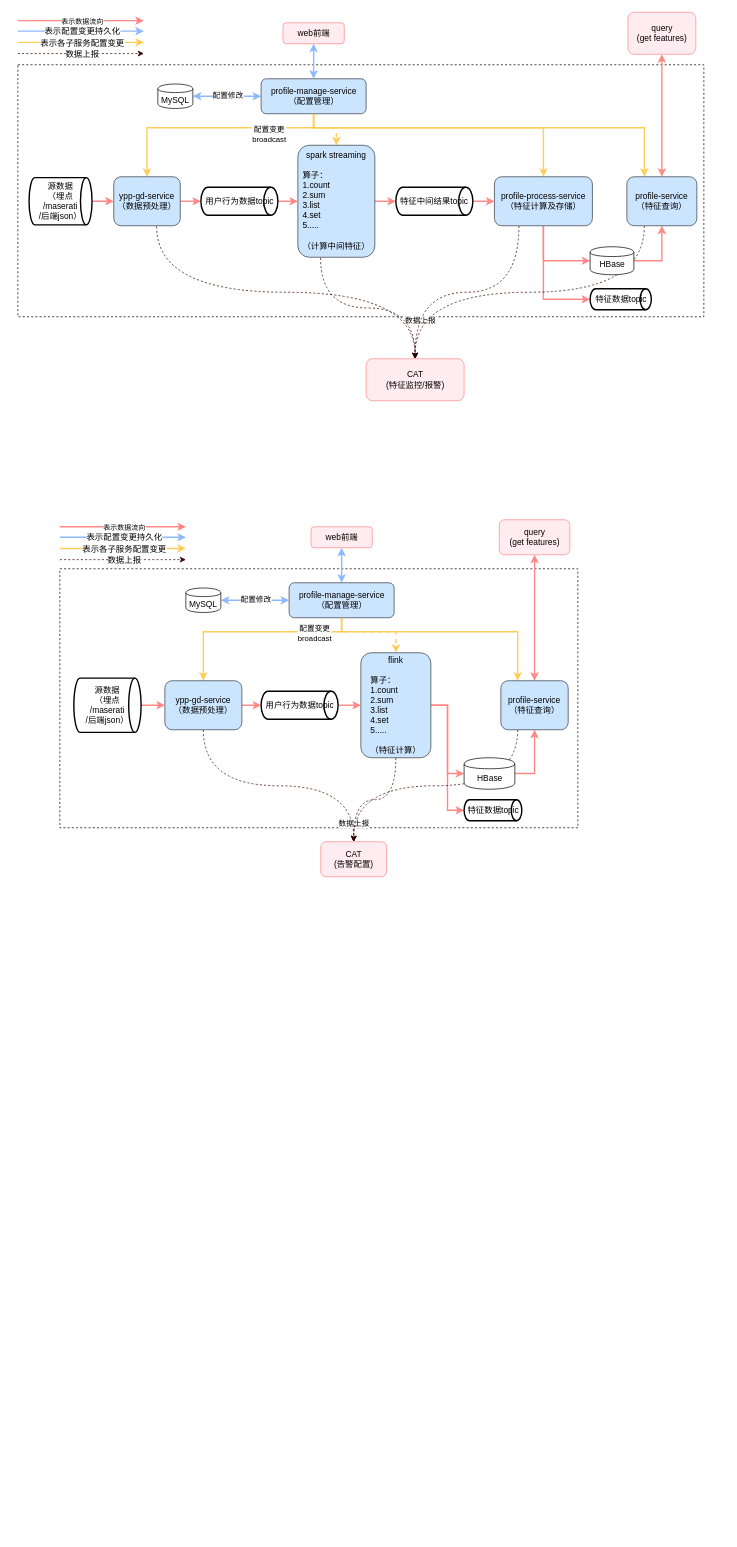
The draw.io diagram 运行架构图.drawio in qingchao-kong/draw.io, before the edit. Source tidied: cells renumbered, new cells numbered last; positions are measured from the earlier drawing's top-left corner, leaving out a move shared by most shapes. Both pictures are drawn from the tidied source at 70%, with x=0, y=0 at pixel (18, 12).
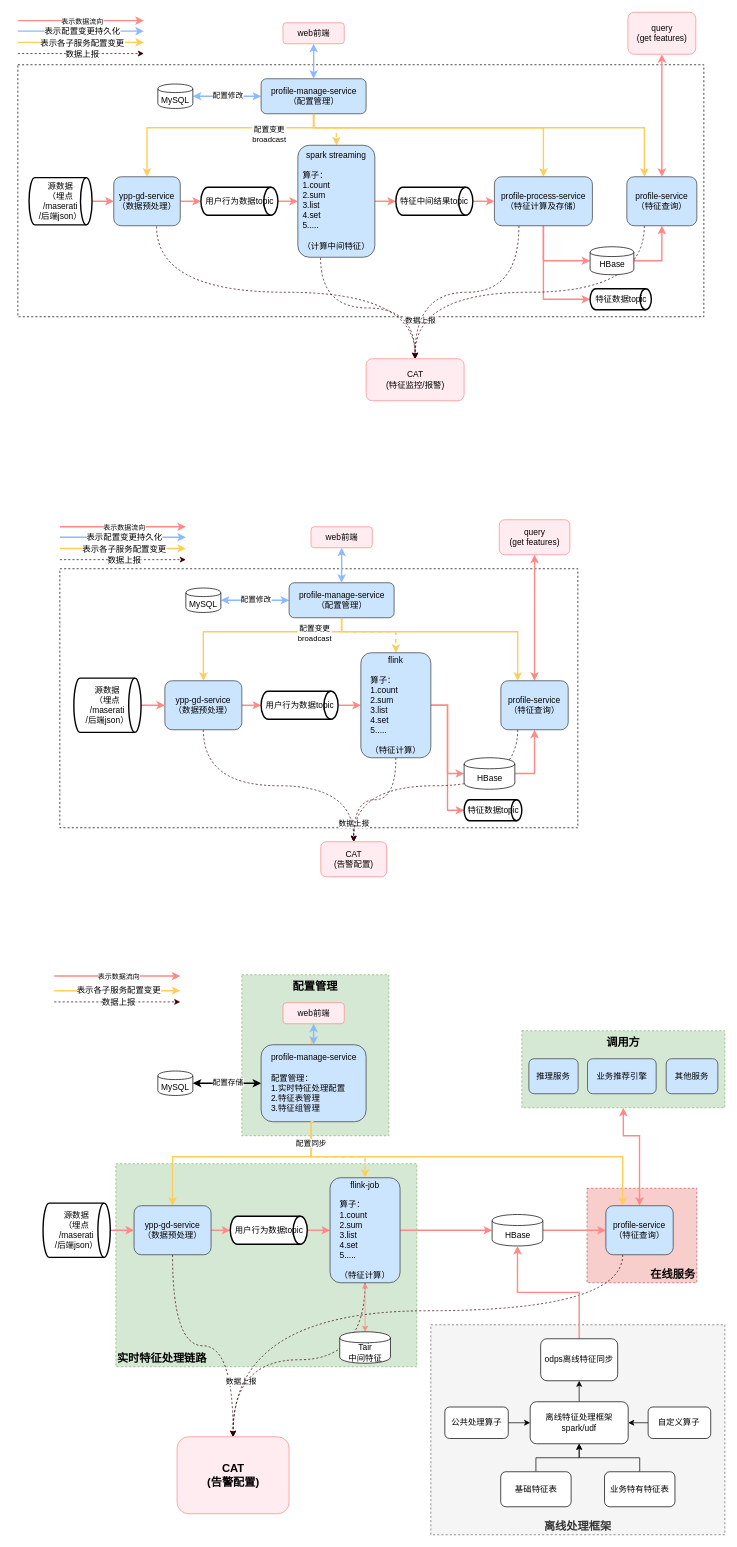
Above is the later version.

Commit message:
Update 运行架构图.drawio

What changed in the source:
```diff
@@
+    <mxCell id="86" value="配置管理" style="rounded=0;whiteSpace=wrap;html=1;dashed=1;shadow=0;fillColor=#d5e8d4;verticalAlign=top;strokeColor=#82b366;fontStyle=1;fontSize=16;" parent="1" vertex="1">
+      <mxGeometry x="320" y="1375" width="210" height="230" as="geometry" />
+    </mxCell>
+    <mxCell id="87" value="在线服务" style="rounded=0;whiteSpace=wrap;html=1;dashed=1;shadow=0;fillColor=#f8cecc;verticalAlign=bottom;strokeColor=#b85450;fontStyle=1;fontSize=16;align=right;" parent="1" vertex="1">
+      <mxGeometry x="813.1" y="1680" width="156.9" height="135" as="geometry" />
+    </mxCell>
@@
+    <mxCell id="88" value="实时特征处理链路" style="rounded=0;whiteSpace=wrap;html=1;dashed=1;shadow=0;fillColor=#d5e8d4;verticalAlign=bottom;strokeColor=#82b366;fontStyle=1;fontSize=16;align=left;" parent="1" vertex="1">
+      <mxGeometry x="140" y="1645" width="430" height="290" as="geometry" />
+    </mxCell>
+    <mxCell id="89" style="edgeStyle=orthogonalEdgeStyle;rounded=0;jettySize=auto;html=1;exitX=0.5;exitY=1;exitDx=0;exitDy=0;entryX=0.5;entryY=0;entryDx=0;entryDy=0;fillColor=#ffcd5a;strokeColor=#ffcd5a;strokeWidth=2;" parent="1" edge="1" source="93" target="99">
+      <mxGeometry relative="1" as="geometry">
+        <Array as="points">
+          <mxPoint x="419" y="1635" />
+          <mxPoint x="221" y="1635" />
+        </Array>
+      </mxGeometry>
+    </mxCell>
+    <mxCell id="90" style="rounded=0;jettySize=auto;html=1;exitX=0;exitY=0.5;exitDx=0;exitDy=0;entryX=1;entryY=0.5;entryDx=0;entryDy=0;fillColor=#8db9ff;strokeWidth=2;startArrow=classic;startFill=1;" parent="1" edge="1" source="93" target="101">
+      <mxGeometry relative="1" as="geometry" />
+    </mxCell>
+    <mxCell id="91" value="配置存储" style="edgeLabel;html=1;align=center;verticalAlign=middle;" parent="90" vertex="1">
+      <mxGeometry x="-0.7" y="-2" relative="1" as="geometry">
+        <mxPoint x="-33.3" as="offset" />
+      </mxGeometry>
+    </mxCell>
+    <mxCell id="92" style="edgeStyle=orthogonalEdgeStyle;rounded=0;jettySize=auto;html=1;entryX=0.25;entryY=0;entryDx=0;entryDy=0;strokeColor=#FFCD5A;strokeWidth=2;" parent="1" edge="1" target="118">
+      <mxGeometry relative="1" as="geometry">
+        <mxPoint x="419" y="1465" as="sourcePoint" />
+        <Array as="points">
+          <mxPoint x="419" y="1635" />
+          <mxPoint x="864" y="1635" />
+        </Array>
+      </mxGeometry>
+    </mxCell>
+    <mxCell id="93" value="profile-manage-service&lt;br&gt;&lt;br&gt;&lt;div style=&quot;text-align: left&quot;&gt;&lt;span&gt;配置管理：&lt;/span&gt;&lt;/div&gt;&lt;div style=&quot;text-align: left&quot;&gt;&lt;span&gt;1.实时特征处理配置&lt;/span&gt;&lt;/div&gt;&lt;div style=&quot;text-align: left&quot;&gt;&lt;span&gt;2.特征表管理&lt;/span&gt;&lt;/div&gt;&lt;div style=&quot;text-align: left&quot;&gt;&lt;span&gt;3.特征组管理&lt;/span&gt;&lt;/div&gt;" style="rounded=1;whiteSpace=wrap;html=1;fillColor=#cce5ff;strokeColor=#36393d;" parent="1" vertex="1">
+      <mxGeometry x="347.5" y="1475" width="150" height="110" as="geometry" />
+    </mxCell>
+    <mxCell id="94" style="edgeStyle=orthogonalEdgeStyle;rounded=0;jettySize=auto;html=1;exitX=0.5;exitY=1;exitDx=0;exitDy=0;entryX=0.5;entryY=0;entryDx=0;entryDy=0;fillColor=#ffcd5a;strokeColor=#ffcd5a;strokeWidth=2;dashed=1;" parent="1" edge="1" source="93" target="108">
+      <mxGeometry relative="1" as="geometry">
+        <Array as="points">
+          <mxPoint x="419" y="1635" />
+          <mxPoint x="496" y="1635" />
+        </Array>
+      </mxGeometry>
+    </mxCell>
+    <mxCell id="95" value="配置同步" style="edgeLabel;html=1;align=center;verticalAlign=middle;" parent="94" vertex="1">
+      <mxGeometry x="-0.52" y="-2" relative="1" as="geometry">
+        <mxPoint x="1.8" y="-5.4" as="offset" />
+      </mxGeometry>
+    </mxCell>
+    <mxCell id="96" style="edgeStyle=orthogonalEdgeStyle;rounded=0;jettySize=auto;html=1;exitX=1;exitY=0.5;exitDx=0;exitDy=0;entryX=0;entryY=0.5;entryDx=0;entryDy=0;fillColor=#ff8987;strokeColor=#ff8987;entryPerimeter=0;strokeWidth=2;" parent="1" edge="1" source="99" target="115">
+      <mxGeometry relative="1" as="geometry" />
+    </mxCell>
+    <mxCell id="97" style="edgeStyle=orthogonalEdgeStyle;rounded=0;jettySize=auto;html=1;exitX=0.5;exitY=1;exitDx=0;exitDy=0;entryX=0.5;entryY=0;entryDx=0;entryDy=0;startArrow=none;startFill=0;strokeWidth=1;curved=1;dashed=1;strokeColor=#330000;" parent="1" edge="1" source="99" target="119">
+      <mxGeometry relative="1" as="geometry" />
+    </mxCell>
+    <mxCell id="98" value="数据上报" style="edgeLabel;html=1;align=center;verticalAlign=middle;" parent="97" vertex="1">
+      <mxGeometry x="0.68" y="-27" relative="1" as="geometry">
+        <mxPoint x="38" y="-23.8" as="offset" />
+      </mxGeometry>
+    </mxCell>
+    <mxCell id="99" value="ypp-gd-service&lt;br&gt;（数据预处理）" style="rounded=1;whiteSpace=wrap;html=1;fillColor=#cce5ff;strokeColor=#36393d;" parent="1" vertex="1">
+      <mxGeometry x="166" y="1705" width="110" height="70" as="geometry" />
+    </mxCell>
+    <mxCell id="100" style="edgeStyle=orthogonalEdgeStyle;rounded=0;jettySize=auto;html=1;exitX=1;exitY=0.5;exitDx=0;exitDy=0;fillColor=#ff8987;strokeColor=#ff8987;entryX=0;entryY=0.5;entryDx=0;entryDy=0;strokeWidth=2;" parent="1" edge="1" source="108" target="122">
+      <mxGeometry relative="1" as="geometry" />
+    </mxCell>
+    <mxCell id="101" value="MySQL" style="shape=cylinder;whiteSpace=wrap;html=1;boundedLbl=1;backgroundOutline=1;" parent="1" vertex="1">
+      <mxGeometry x="200" y="1512.5" width="50" height="35" as="geometry" />
+    </mxCell>
+    <mxCell id="102" style="edgeStyle=orthogonalEdgeStyle;rounded=0;jettySize=auto;html=1;exitX=1;exitY=0.5;exitDx=0;exitDy=0;entryX=0;entryY=0.5;entryDx=0;entryDy=0;strokeWidth=2;strokeColor=#FF8987;" parent="1" edge="1" source="122" target="118">
+      <mxGeometry relative="1" as="geometry" />
+    </mxCell>
+    <mxCell id="103" style="edgeStyle=orthogonalEdgeStyle;rounded=0;jettySize=auto;html=1;exitX=1;exitY=0.5;exitDx=0;exitDy=0;entryX=0;entryY=0.5;entryDx=0;entryDy=0;fillColor=#ff8987;strokeColor=#ff8987;exitPerimeter=0;strokeWidth=2;" parent="1" edge="1" source="115" target="108">
+      <mxGeometry relative="1" as="geometry" />
+    </mxCell>
+    <mxCell id="104" style="edgeStyle=orthogonalEdgeStyle;rounded=0;jettySize=auto;html=1;exitX=0.5;exitY=1;exitDx=0;exitDy=0;entryX=0.5;entryY=0;entryDx=0;entryDy=0;strokeWidth=2;startArrow=classic;startFill=1;strokeColor=#8DB9FF;" parent="1" edge="1" source="105" target="93">
+      <mxGeometry relative="1" as="geometry" />
+    </mxCell>
+    <mxCell id="105" value="web前端" style="rounded=1;whiteSpace=wrap;html=1;fillColor=#ffecf1;strokeColor=#ff8987;" parent="1" vertex="1">
+      <mxGeometry x="378.8" y="1415" width="87.5" height="30" as="geometry" />
+    </mxCell>
+    <mxCell id="106" style="edgeStyle=orthogonalEdgeStyle;curved=1;rounded=0;jettySize=auto;html=1;exitX=0.5;exitY=1;exitDx=0;exitDy=0;entryX=0.5;entryY=0;entryDx=0;entryDy=0;startArrow=none;startFill=0;strokeWidth=1;dashed=1;strokeColor=#330000;" parent="1" edge="1" source="108" target="119">
+      <mxGeometry relative="1" as="geometry" />
+    </mxCell>
+    <mxCell id="107" style="edgeStyle=orthogonalEdgeStyle;rounded=0;jettySize=auto;html=1;exitX=0.5;exitY=1;exitDx=0;exitDy=0;entryX=0.5;entryY=0;entryDx=0;entryDy=0;strokeColor=#FF8987;startArrow=classic;startFill=1;" parent="1" edge="1" source="108" target="140">
+      <mxGeometry relative="1" as="geometry" />
+    </mxCell>
+    <mxCell id="108" value="flink-job&lt;br&gt;&lt;div style=&quot;text-align: left&quot;&gt;&lt;br&gt;&lt;/div&gt;&lt;div style=&quot;text-align: left&quot;&gt;算子：&lt;/div&gt;&lt;div style=&quot;text-align: left&quot;&gt;1.count&lt;/div&gt;&lt;div style=&quot;text-align: left&quot;&gt;2.sum&lt;/div&gt;&lt;div style=&quot;text-align: left&quot;&gt;3.list&lt;/div&gt;&lt;div style=&quot;text-align: left&quot;&gt;4.set&lt;/div&gt;&lt;div style=&quot;text-align: left&quot;&gt;5.....&lt;/div&gt;&lt;div style=&quot;text-align: left&quot;&gt;&lt;br&gt;&lt;/div&gt;&lt;div style=&quot;text-align: left&quot;&gt;（特征计算）&lt;/div&gt;" style="rounded=1;whiteSpace=wrap;html=1;fillColor=#cce5ff;strokeColor=#36393d;" parent="1" vertex="1">
+      <mxGeometry x="446" y="1665" width="100" height="150" as="geometry" />
+    </mxCell>
+    <mxCell id="109" style="endArrow=classic;html=1;fillColor=#ff8987;strokeColor=#ff8987;strokeWidth=2;" parent="1" edge="1">
+      <mxGeometry relative="1" as="geometry">
+        <mxPoint x="52" y="1376.8" as="sourcePoint" />
+        <mxPoint x="232" y="1376.8" as="targetPoint" />
+      </mxGeometry>
+    </mxCell>
+    <mxCell id="110" value="&lt;font style=&quot;font-size: 10px&quot;&gt;表示数据流向&lt;/font&gt;" style="text;html=1;align=center;verticalAlign=middle;labelBackgroundColor=#ffffff;childText;" parent="109" vertex="1">
+      <mxGeometry x="0.07" y="-1" relative="1" as="geometry">
+        <mxPoint x="-5" y="-1" as="offset" />
+      </mxGeometry>
+    </mxCell>
+    <mxCell id="111" style="edgeStyle=orthogonalEdgeStyle;rounded=0;jettySize=auto;html=1;exitX=1;exitY=0.5;exitDx=0;exitDy=0;exitPerimeter=0;entryX=0;entryY=0.5;entryDx=0;entryDy=0;fillColor=#ff8987;strokeColor=#ff8987;strokeWidth=2;" parent="1" edge="1" source="114" target="99">
+      <mxGeometry relative="1" as="geometry" />
+    </mxCell>
+    <mxCell id="112" style="endArrow=classic;html=1;fillColor=#ffcd5a;strokeColor=#ffcd5a;strokeWidth=2;" parent="1" edge="1">
+      <mxGeometry relative="1" as="geometry">
+        <mxPoint x="52" y="1397.8" as="sourcePoint" />
+        <mxPoint x="232" y="1397.8" as="targetPoint" />
+      </mxGeometry>
+    </mxCell>
+    <mxCell id="113" value="表示各子服务配置变更" style="text;html=1;align=center;verticalAlign=middle;labelBackgroundColor=#ffffff;childText;" parent="112" vertex="1">
+      <mxGeometry x="0.07" y="-1" relative="1" as="geometry">
+        <mxPoint x="-5" y="-1" as="offset" />
+      </mxGeometry>
+    </mxCell>
+    <mxCell id="114" value="源数据&lt;br&gt;（埋点&lt;br&gt;/maserati&lt;br&gt;/后端json）" style="strokeWidth=2;html=1;shape=mxgraph.flowchart.direct_data;whiteSpace=wrap;" parent="1" vertex="1">
+      <mxGeometry x="36" y="1701.2" width="96" height="77.5" as="geometry" />
+    </mxCell>
+    <mxCell id="115" value="用户行为数据topic" style="strokeWidth=2;html=1;shape=mxgraph.flowchart.direct_data;whiteSpace=wrap;" parent="1" vertex="1">
+      <mxGeometry x="303.5" y="1720" width="110" height="40" as="geometry" />
+    </mxCell>
+    <mxCell id="116" style="edgeStyle=orthogonalEdgeStyle;rounded=0;jettySize=auto;html=1;exitX=0.5;exitY=0;exitDx=0;exitDy=0;entryX=0.5;entryY=1;entryDx=0;entryDy=0;startArrow=classic;startFill=1;fillColor=#f8cecc;strokeColor=#FF8987;strokeWidth=2;" parent="1" edge="1" source="118" target="136">
+      <mxGeometry relative="1" as="geometry">
+        <Array as="points">
+          <mxPoint x="888" y="1605" />
+          <mxPoint x="865" y="1605" />
+        </Array>
+      </mxGeometry>
+    </mxCell>
+    <mxCell id="117" style="edgeStyle=orthogonalEdgeStyle;curved=1;rounded=0;jettySize=auto;html=1;exitX=0.25;exitY=1;exitDx=0;exitDy=0;entryX=0.5;entryY=0;entryDx=0;entryDy=0;dashed=1;startArrow=none;startFill=0;strokeColor=#330000;strokeWidth=1;" parent="1" edge="1" source="118" target="119">
+      <mxGeometry relative="1" as="geometry">
+        <Array as="points">
+          <mxPoint x="864" y="1855" />
+          <mxPoint x="308" y="1855" />
+        </Array>
+      </mxGeometry>
+    </mxCell>
+    <mxCell id="118" value="profile-service&lt;br&gt;（特征查询）" style="rounded=1;whiteSpace=wrap;html=1;fillColor=#cce5ff;strokeColor=#36393d;" parent="1" vertex="1">
+      <mxGeometry x="840" y="1705" width="96.2" height="70" as="geometry" />
+    </mxCell>
+    <mxCell id="119" value="&lt;font style=&quot;font-size: 16px&quot;&gt;&lt;b&gt;CAT&lt;br&gt;(告警配置)&lt;/b&gt;&lt;/font&gt;" style="rounded=1;whiteSpace=wrap;html=1;fillColor=#ffecf1;strokeColor=#ff8987;" parent="1" vertex="1">
+      <mxGeometry x="227.5" y="2035" width="160" height="110" as="geometry" />
+    </mxCell>
+    <mxCell id="120" style="endArrow=classic;html=1;fillColor=#ffcd5a;strokeWidth=1;strokeColor=#330000;dashed=1;" parent="1" edge="1">
+      <mxGeometry relative="1" as="geometry">
+        <mxPoint x="52" y="1413.8" as="sourcePoint" />
+        <mxPoint x="232" y="1413.8" as="targetPoint" />
+      </mxGeometry>
+    </mxCell>
+    <mxCell id="121" value="数据上报" style="text;html=1;align=center;verticalAlign=middle;labelBackgroundColor=#ffffff;childText;" parent="120" vertex="1">
+      <mxGeometry x="0.07" y="-1" relative="1" as="geometry">
+        <mxPoint x="-5" y="-1" as="offset" />
+      </mxGeometry>
+    </mxCell>
+    <mxCell id="122" value="HBase" style="shape=cylinder;whiteSpace=wrap;html=1;boundedLbl=1;backgroundOutline=1;" parent="1" vertex="1">
+      <mxGeometry x="677.5" y="1717.5" width="72.5" height="45" as="geometry" />
+    </mxCell>
+    <mxCell id="123" value="离线处理框架" style="rounded=0;whiteSpace=wrap;html=1;dashed=1;shadow=0;fillColor=#f5f5f5;verticalAlign=bottom;strokeColor=#666666;fontColor=#333333;fontStyle=1;fontSize=16;" parent="1" vertex="1">
+      <mxGeometry x="590" y="1875" width="420" height="300" as="geometry" />
+    </mxCell>
+    <mxCell id="124" style="edgeStyle=orthogonalEdgeStyle;rounded=0;jettySize=auto;html=1;exitX=0.5;exitY=0;exitDx=0;exitDy=0;entryX=0.5;entryY=1;entryDx=0;entryDy=0;fillColor=#ff8987;strokeColor=#ff8987;strokeWidth=2;" parent="1" edge="1" source="125" target="122">
+      <mxGeometry relative="1" as="geometry" />
+    </mxCell>
+    <mxCell id="125" value="odps离线特征同步" style="rounded=1;whiteSpace=wrap;html=1;" parent="1" vertex="1">
+      <mxGeometry x="746.9" y="1895" width="110" height="60" as="geometry" />
+    </mxCell>
+    <mxCell id="126" style="edgeStyle=orthogonalEdgeStyle;rounded=0;jettySize=auto;html=1;exitX=0.5;exitY=0;exitDx=0;exitDy=0;entryX=0.5;entryY=1;entryDx=0;entryDy=0;" parent="1" edge="1" source="127" target="125">
+      <mxGeometry relative="1" as="geometry" />
+    </mxCell>
+    <mxCell id="127" value="离线特征处理框架&lt;br&gt;spark/udf" style="rounded=1;whiteSpace=wrap;html=1;" parent="1" vertex="1">
+      <mxGeometry x="731.9" y="1985" width="140" height="60" as="geometry" />
+    </mxCell>
+    <mxCell id="128" style="edgeStyle=orthogonalEdgeStyle;rounded=0;jettySize=auto;html=1;exitX=0;exitY=0.5;exitDx=0;exitDy=0;entryX=1;entryY=0.5;entryDx=0;entryDy=0;" parent="1" edge="1" source="129" target="127">
+      <mxGeometry relative="1" as="geometry" />
+    </mxCell>
+    <mxCell id="129" value="自定义算子" style="rounded=1;whiteSpace=wrap;html=1;" parent="1" vertex="1">
+      <mxGeometry x="900.4" y="1992.5" width="89.4" height="45" as="geometry" />
+    </mxCell>
+    <mxCell id="130" style="edgeStyle=orthogonalEdgeStyle;rounded=0;jettySize=auto;html=1;exitX=1;exitY=0.5;exitDx=0;exitDy=0;entryX=0;entryY=0.5;entryDx=0;entryDy=0;" parent="1" edge="1" source="131" target="127">
+      <mxGeometry relative="1" as="geometry" />
+    </mxCell>
+    <mxCell id="131" value="公共处理算子" style="rounded=1;whiteSpace=wrap;html=1;" parent="1" vertex="1">
+      <mxGeometry x="610" y="1992.5" width="90.6" height="45" as="geometry" />
+    </mxCell>
+    <mxCell id="132" style="edgeStyle=orthogonalEdgeStyle;rounded=0;jettySize=auto;html=1;exitX=0.5;exitY=0;exitDx=0;exitDy=0;entryX=0.5;entryY=1;entryDx=0;entryDy=0;" parent="1" edge="1" source="133" target="127">
+      <mxGeometry relative="1" as="geometry" />
+    </mxCell>
+    <mxCell id="133" value="基础特征表" style="rounded=1;whiteSpace=wrap;html=1;" parent="1" vertex="1">
+      <mxGeometry x="689.8" y="2085" width="100.6" height="50" as="geometry" />
+    </mxCell>
+    <mxCell id="134" style="edgeStyle=orthogonalEdgeStyle;rounded=0;jettySize=auto;html=1;exitX=0.5;exitY=0;exitDx=0;exitDy=0;entryX=0.5;entryY=1;entryDx=0;entryDy=0;" parent="1" edge="1" source="135" target="127">
+      <mxGeometry relative="1" as="geometry" />
+    </mxCell>
+    <mxCell id="135" value="业务特有特征表" style="rounded=1;whiteSpace=wrap;html=1;" parent="1" vertex="1">
+      <mxGeometry x="838.1" y="2085" width="100.6" height="50" as="geometry" />
+    </mxCell>
+    <mxCell id="136" value="调用方" style="rounded=0;whiteSpace=wrap;html=1;dashed=1;shadow=0;fillColor=#d5e8d4;verticalAlign=top;strokeColor=#82b366;fontStyle=1;fontSize=16;" parent="1" vertex="1">
+      <mxGeometry x="720" y="1455" width="290" height="110" as="geometry" />
+    </mxCell>
+    <mxCell id="137" value="推理服务" style="rounded=1;whiteSpace=wrap;html=1;fillColor=#cce5ff;strokeColor=#36393d;" parent="1" vertex="1">
+      <mxGeometry x="730" y="1495" width="70.4" height="50" as="geometry" />
+    </mxCell>
+    <mxCell id="138" value="业务推荐引擎" style="rounded=1;whiteSpace=wrap;html=1;fillColor=#cce5ff;strokeColor=#36393d;" parent="1" vertex="1">
+      <mxGeometry x="813.8" y="1495" width="98.1" height="50" as="geometry" />
+    </mxCell>
+    <mxCell id="139" value="其他服务" style="rounded=1;whiteSpace=wrap;html=1;fillColor=#cce5ff;strokeColor=#36393d;" parent="1" vertex="1">
+      <mxGeometry x="926.2" y="1495" width="73.8" height="50" as="geometry" />
+    </mxCell>
+    <mxCell id="140" value="Tair&lt;br&gt;中间特征" style="shape=cylinder;whiteSpace=wrap;html=1;boundedLbl=1;backgroundOutline=1;" parent="1" vertex="1">
+      <mxGeometry x="459.8" y="1885" width="72.5" height="45" as="geometry" />
+    </mxCell>
```
